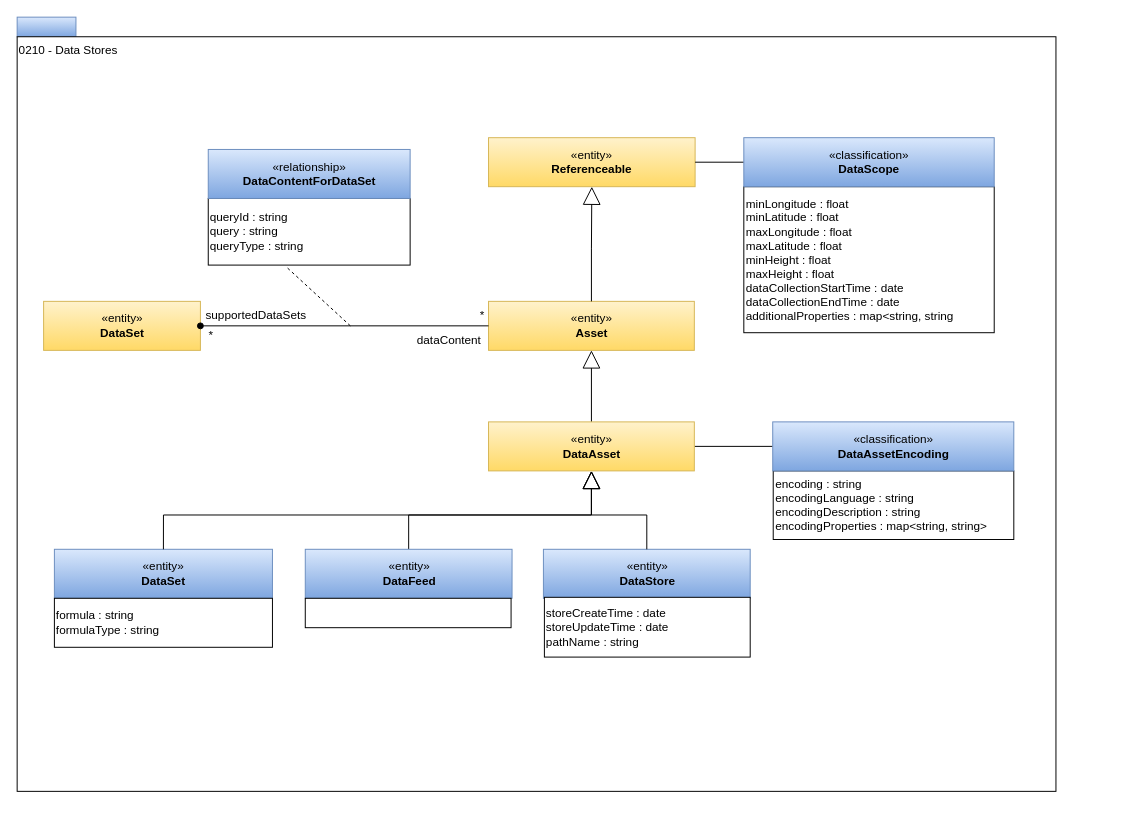
Before: page "0210-Data-Stores" (4 of 24) of site/docs/types/2/area-2-assets.drawio in odpi/egeria-docs, a draw.io diagram. Source tidied: cells renumbered, new cells numbered last; positions are measured from the earlier drawing's top-left corner, leaving out a move shared by most shapes. Both pictures are drawn from the tidied source at 98%, with x=0, y=0 at pixel (17, 17).
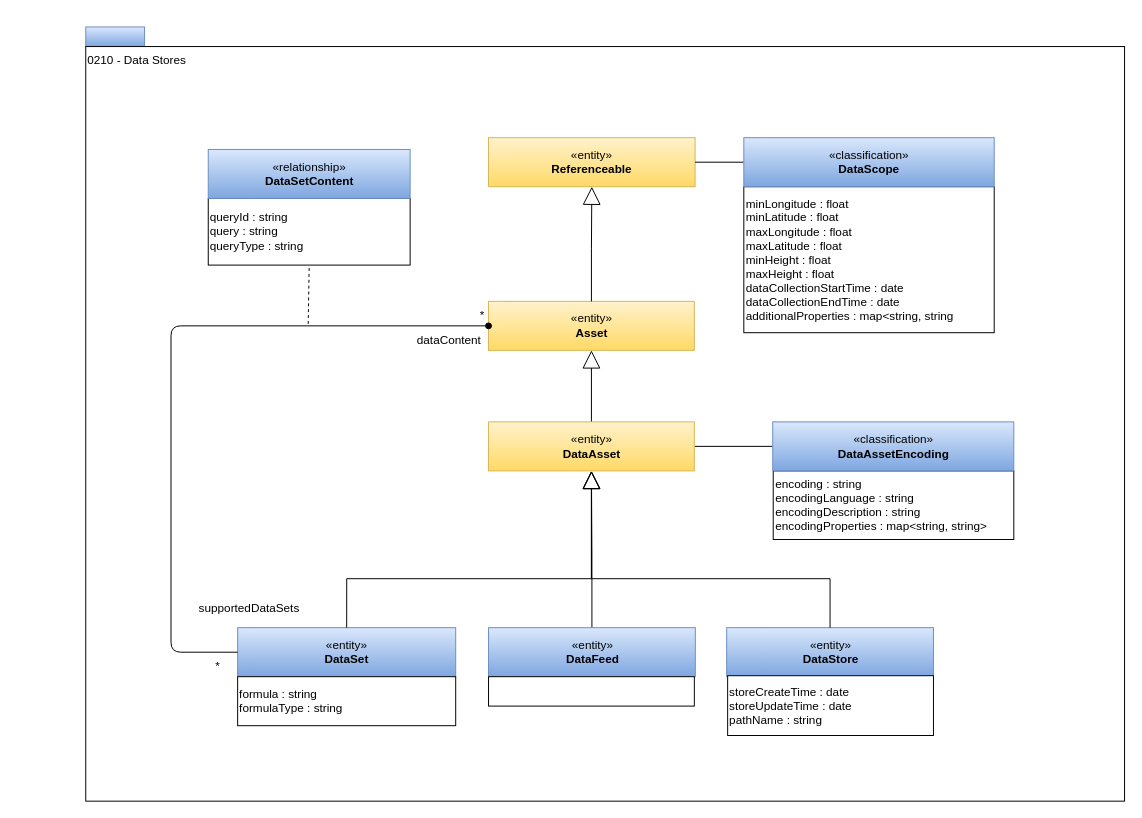
Above is the later version.

Unchanged cells that the change refers to:
```xml
<mxCell id="7" value="«entity»&lt;br&gt;&lt;b&gt;Asset&lt;/b&gt;" style="html=1;strokeColor=#d6b656;align=center;fillColor=#fff2cc;gradientColor=#ffd966;" parent="1" vertex="1">
  <mxGeometry x="481" y="290" width="210" height="50" as="geometry" />
</mxCell>
<mxCell id="15" value="queryId : string&lt;br&gt;query : string&lt;div&gt;queryType : string&lt;/div&gt;" style="rounded=0;whiteSpace=wrap;html=1;strokeColor=#000000;gradientColor=#ffffff;align=left;" parent="1" vertex="1">
  <mxGeometry x="195" y="185" width="206" height="68" as="geometry" />
</mxCell>
<mxCell id="27" value="«entity»&lt;br&gt;&lt;b&gt;DataAsset&lt;/b&gt;" style="html=1;strokeColor=#d6b656;align=center;fillColor=#fff2cc;gradientColor=#ffd966;" parent="1" vertex="1">
  <mxGeometry x="481" y="413" width="210" height="50" as="geometry" />
</mxCell>
```

Diff of the diagram source:
```diff
@@
     <mxCell id="2" style="rounded=0;whiteSpace=wrap;html=1;align=left;fillColor=#dae8fc;strokeColor=#6c8ebf;gradientColor=#7ea6e0;" parent="1" vertex="1">
-      <mxGeometry width="60" height="20" as="geometry" />
+      <mxGeometry x="70" y="10" width="60" height="20" as="geometry" />
     </mxCell>
     <mxCell id="3" value="0210 - Data Stores" style="rounded=0;whiteSpace=wrap;html=1;align=left;verticalAlign=top;" parent="1" vertex="1">
-      <mxGeometry y="20" width="1060" height="770" as="geometry" />
+      <mxGeometry x="70" y="30" width="1060" height="770" as="geometry" />
     </mxCell>
@@
     <mxCell id="6" value="«entity»&lt;br&gt;&lt;b&gt;DataStore&lt;/b&gt;" style="html=1;strokeColor=#6c8ebf;align=center;fillColor=#dae8fc;gradientColor=#7ea6e0;" parent="1" vertex="1">
-      <mxGeometry x="537" y="543" width="211" height="50" as="geometry" />
+      <mxGeometry x="724" y="623" width="211" height="50" as="geometry" />
     </mxCell>
@@
-    <mxCell id="8" value="«entity»&lt;br&gt;&lt;b&gt;DataSet&lt;/b&gt;" style="html=1;strokeColor=#d6b656;align=center;fillColor=#fff2cc;gradientColor=#ffd966;" parent="1" vertex="1">
-      <mxGeometry x="27" y="290" width="160" height="50" as="geometry" />
-    </mxCell>
-    <mxCell id="9" style="endArrow=none;html=1;entryX=0;entryY=0.5;startArrow=oval;startFill=1;" parent="1" edge="1" source="8" target="7">
-      <mxGeometry relative="1" as="geometry" />
-    </mxCell>
@@
     <mxCell id="12" value="supportedDataSets" style="text;html=1;strokeColor=none;fillColor=none;align=center;verticalAlign=middle;whiteSpace=wrap;rounded=0;" parent="1" vertex="1">
-      <mxGeometry x="194" y="294" width="100" height="20" as="geometry" />
+      <mxGeometry x="187" y="593" width="100" height="20" as="geometry" />
     </mxCell>
     <mxCell id="13" value="*" style="text;html=1;strokeColor=none;fillColor=none;align=center;verticalAlign=middle;whiteSpace=wrap;rounded=0;" parent="1" vertex="1">
-      <mxGeometry x="188" y="315" width="20" height="20" as="geometry" />
+      <mxGeometry x="195" y="653" width="20" height="20" as="geometry" />
     </mxCell>
-    <mxCell id="14" style="endArrow=none;dashed=1;html=1;entryX=0.383;entryY=1.017;entryPerimeter=0;" parent="1" edge="1" target="15">
+    <mxCell id="14" style="endArrow=none;dashed=1;html=1;entryX=0.5;entryY=1;entryDx=0;entryDy=0;" parent="1" edge="1" target="15">
       <mxGeometry relative="1" as="geometry">
-        <mxPoint x="340" y="315" as="sourcePoint" />
+        <mxPoint x="297" y="313" as="sourcePoint" />
       </mxGeometry>
     </mxCell>
@@
-    <mxCell id="16" value="«relationship»&lt;br&gt;&lt;b&gt;DataContentForDataSet&lt;/b&gt;" style="html=1;strokeColor=#6c8ebf;align=center;fillColor=#dae8fc;gradientColor=#7ea6e0;" parent="1" vertex="1">
+    <mxCell id="16" value="«relationship»&lt;br&gt;&lt;b&gt;DataSetContent&lt;/b&gt;" style="html=1;strokeColor=#6c8ebf;align=center;fillColor=#dae8fc;gradientColor=#7ea6e0;" parent="1" vertex="1">
       <mxGeometry x="195" y="135" width="206" height="50" as="geometry" />
     </mxCell>
@@
     <mxCell id="19" value="storeCreateTime : date&lt;br&gt;storeUpdateTime : date&lt;br&gt;pathName : string" style="rounded=0;whiteSpace=wrap;html=1;strokeColor=#000000;gradientColor=#ffffff;align=left;" parent="1" vertex="1">
-      <mxGeometry x="538" y="592" width="210" height="61" as="geometry" />
+      <mxGeometry x="725" y="672" width="210" height="61" as="geometry" />
     </mxCell>
@@
     <mxCell id="25" value="«entity»&lt;br&gt;&lt;b&gt;DataSet&lt;/b&gt;" style="html=1;strokeColor=#6c8ebf;align=center;fillColor=#dae8fc;gradientColor=#7ea6e0;" parent="1" vertex="1">
-      <mxGeometry x="38" y="543" width="222.5" height="50" as="geometry" />
+      <mxGeometry x="225" y="623" width="222.5" height="50" as="geometry" />
     </mxCell>
     <mxCell id="26" value="formula : string&lt;br&gt;formulaType : string" style="rounded=0;whiteSpace=wrap;html=1;strokeColor=#000000;gradientColor=#ffffff;align=left;" parent="1" vertex="1">
-      <mxGeometry x="38" y="593" width="222.5" height="50" as="geometry" />
+      <mxGeometry x="225" y="673" width="222.5" height="50" as="geometry" />
     </mxCell>
@@
     <mxCell id="29" style="edgeStyle=orthogonalEdgeStyle;rounded=0;jettySize=auto;html=1;exitX=0.5;exitY=0;exitDx=0;exitDy=0;endArrow=block;endFill=0;endSize=16;" parent="1" edge="1" source="25" target="27">
-      <mxGeometry relative="1" as="geometry" />
+      <mxGeometry relative="1" as="geometry">
+        <Array as="points">
+          <mxPoint x="336" y="573" />
+          <mxPoint x="586" y="573" />
+        </Array>
+      </mxGeometry>
     </mxCell>
     <mxCell id="30" value="«entity»&lt;br&gt;&lt;b&gt;DataFeed&lt;/b&gt;" style="html=1;strokeColor=#6c8ebf;align=center;fillColor=#dae8fc;gradientColor=#7ea6e0;" parent="1" vertex="1">
-      <mxGeometry x="294" y="543" width="211" height="50" as="geometry" />
+      <mxGeometry x="481" y="623" width="211" height="50" as="geometry" />
     </mxCell>
     <mxCell id="31" style="rounded=0;whiteSpace=wrap;html=1;strokeColor=#000000;gradientColor=#ffffff;align=left;" parent="1" vertex="1">
-      <mxGeometry x="294" y="593" width="210" height="30" as="geometry" />
+      <mxGeometry x="481" y="673" width="210" height="30" as="geometry" />
     </mxCell>
     <mxCell id="32" style="edgeStyle=orthogonalEdgeStyle;rounded=0;jettySize=auto;html=1;exitX=0.5;exitY=0;exitDx=0;exitDy=0;entryX=0.5;entryY=1;entryDx=0;entryDy=0;endArrow=block;endFill=0;endSize=16;" parent="1" edge="1" source="6" target="27">
-      <mxGeometry relative="1" as="geometry" />
+      <mxGeometry relative="1" as="geometry">
+        <Array as="points">
+          <mxPoint x="830" y="573" />
+          <mxPoint x="586" y="573" />
+        </Array>
+      </mxGeometry>
     </mxCell>
+    <mxCell id="9" style="endArrow=oval;html=1;entryX=0;entryY=0.5;startArrow=none;startFill=0;exitX=0;exitY=0.5;exitDx=0;exitDy=0;endFill=1;" parent="1" edge="1" source="25" target="7">
+      <mxGeometry relative="1" as="geometry">
+        <Array as="points">
+          <mxPoint x="157" y="648" />
+          <mxPoint x="157" y="315" />
+        </Array>
+      </mxGeometry>
+    </mxCell>
```
